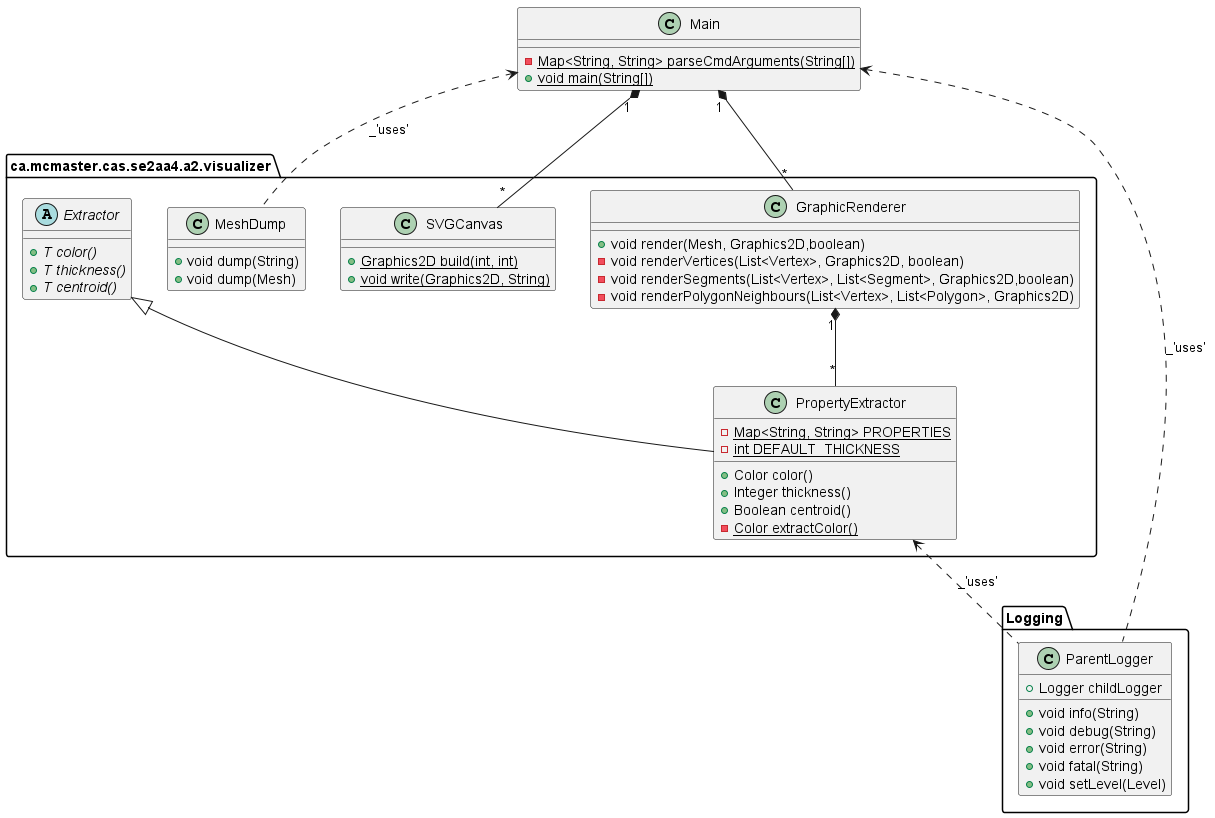
Above: visualizer/VisualizerUML.png in Ahren-Chen/MeshGenerator (PlantUML), before the change.
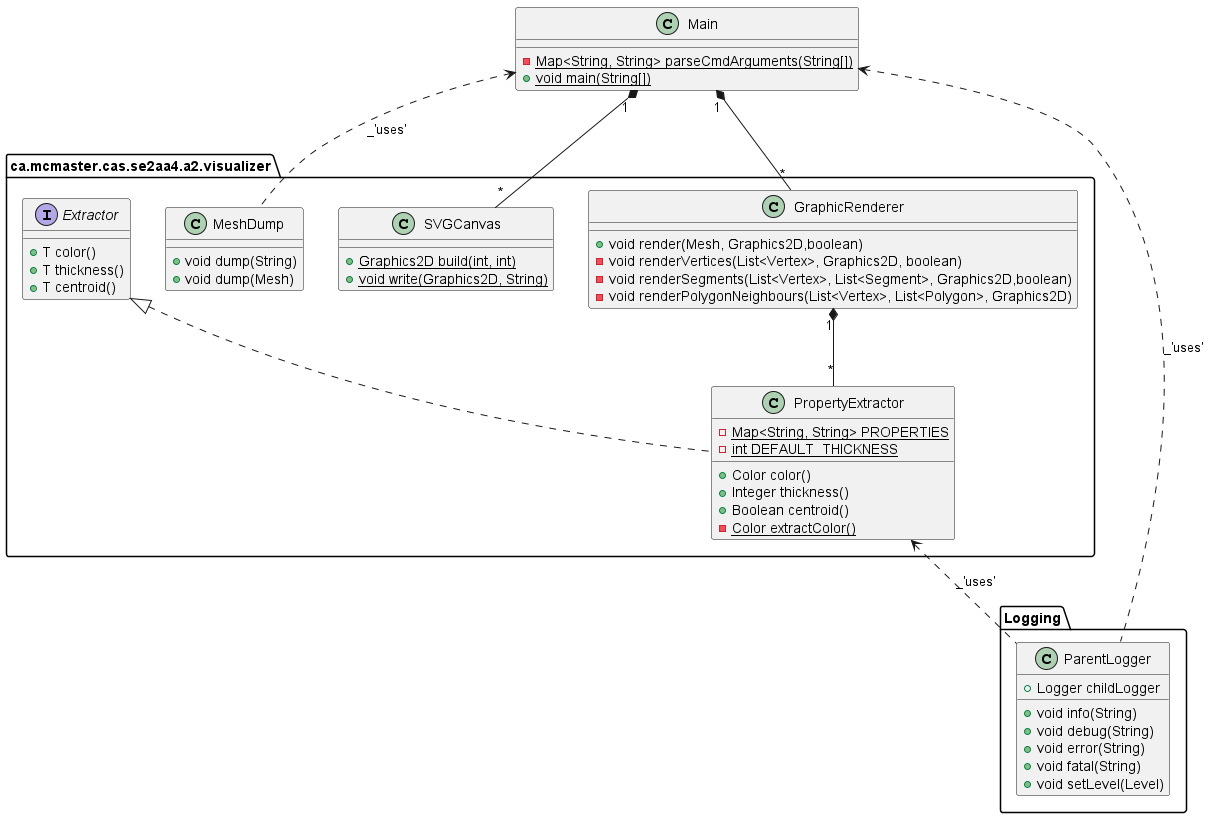
After the change.

Commit message:
Updated the VisualizerUML and documented portions of the Visualizer

What changed in the source:
```diff
@@ -33,10 +33,10 @@
 - {static} Map<String, String> parseCmdArguments(String[])
 + {static} void main(String[])
 }
-abstract class ca.mcmaster.cas.se2aa4.a2.visualizer.Extractor {
-+ {abstract}T color()
-+ {abstract}T thickness()
-+ {abstract}T centroid()
+interface ca.mcmaster.cas.se2aa4.a2.visualizer.Extractor {
++ T color()
++ T thickness()
++ T centroid()
 }
 
 Main <.. Logging.ParentLogger: _'uses'
@@ -45,5 +45,5 @@
 Main "1" *-- "*" ca.mcmaster.cas.se2aa4.a2.visualizer.SVGCanvas
 Main <.. ca.mcmaster.cas.se2aa4.a2.visualizer.MeshDump: _'uses'
 ca.mcmaster.cas.se2aa4.a2.visualizer.GraphicRenderer "1" *-- "*" ca.mcmaster.cas.se2aa4.a2.visualizer.PropertyExtractor
-ca.mcmaster.cas.se2aa4.a2.visualizer.Extractor <|-- ca.mcmaster.cas.se2aa4.a2.visualizer.PropertyExtractor
+ca.mcmaster.cas.se2aa4.a2.visualizer.Extractor <|.. ca.mcmaster.cas.se2aa4.a2.visualizer.PropertyExtractor
 @enduml
```
